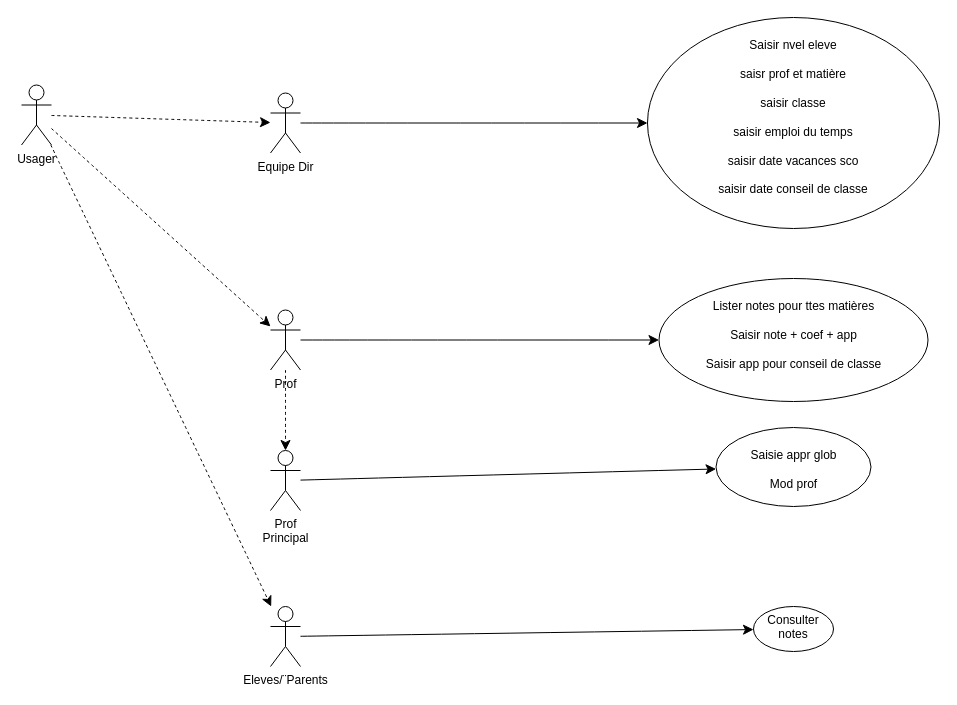
This is Les Sardines/casDUtilisation.drawio from NLetenneur/UML-Introduction, a draw.io file, before an edit. Source tidied: cells renumbered, new cells numbered last; positions are measured from the earlier drawing's top-left corner, leaving out a move shared by most shapes. Both pictures are drawn from the tidied source at 100%, with x=0, y=0 at pixel (21, 17).
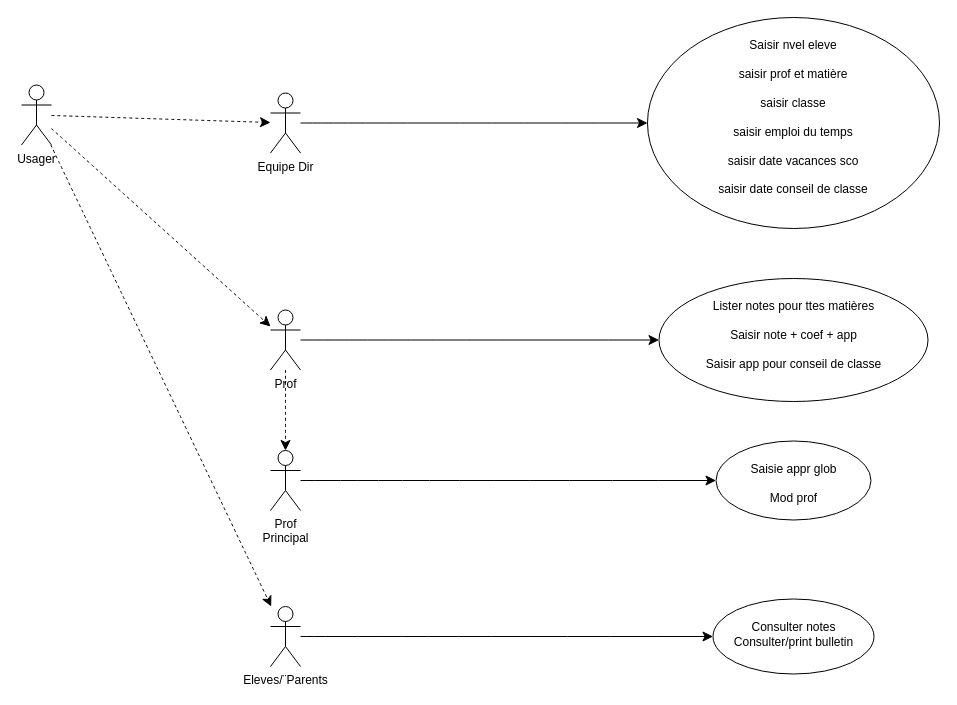
After the change.

Commit message (it also covers changes not shown here):
maj name

What changed in the source:
```diff
@@
 <mxGraphModel>
   <root>
     <mxCell id="0" />
     <mxCell id="1" parent="0" />
     <mxCell id="2" style="edgeStyle=none;curved=1;rounded=0;jettySize=auto;html=1;fontSize=12;startSize=8;endSize=8;dashed=1;" parent="1" edge="1" source="5" target="10">
       <mxGeometry relative="1" as="geometry" />
     </mxCell>
     <mxCell id="3" style="edgeStyle=none;curved=1;rounded=0;jettySize=auto;html=1;fontSize=12;startSize=8;endSize=8;dashed=1;" parent="1" edge="1" source="5" target="12">
       <mxGeometry relative="1" as="geometry" />
     </mxCell>
     <mxCell id="4" style="edgeStyle=none;curved=1;rounded=0;jettySize=auto;html=1;fontSize=12;startSize=8;endSize=8;dashed=1;" parent="1" edge="1" source="5" target="7">
       <mxGeometry relative="1" as="geometry" />
     </mxCell>
     <mxCell id="5" value="&lt;div&gt;Usager&lt;/div&gt;" style="shape=umlActor;verticalLabelPosition=bottom;verticalAlign=top;html=1;" parent="1" vertex="1">
       <mxGeometry y="67.5" width="30" height="60" as="geometry" />
     </mxCell>
     <mxCell id="6" style="edgeStyle=none;curved=1;rounded=0;jettySize=auto;html=1;fontSize=12;startSize=8;endSize=8;" parent="1" edge="1" source="7" target="18">
       <mxGeometry relative="1" as="geometry" />
     </mxCell>
     <mxCell id="7" value="Equipe Dir" style="shape=umlActor;verticalLabelPosition=bottom;verticalAlign=top;html=1;" parent="1" vertex="1">
       <mxGeometry x="249" y="75.5" width="30" height="60" as="geometry" />
     </mxCell>
     <mxCell id="8" style="edgeStyle=none;curved=1;rounded=0;jettySize=auto;html=1;fontSize=12;startSize=8;endSize=8;dashed=1;" parent="1" edge="1" source="10" target="14">
       <mxGeometry relative="1" as="geometry" />
     </mxCell>
     <mxCell id="9" style="edgeStyle=none;curved=1;rounded=0;jettySize=auto;html=1;fontSize=12;startSize=8;endSize=8;" parent="1" edge="1" source="10" target="17">
       <mxGeometry relative="1" as="geometry" />
     </mxCell>
     <mxCell id="10" value="&lt;div&gt;Prof&lt;/div&gt;" style="shape=umlActor;verticalLabelPosition=bottom;verticalAlign=top;html=1;" parent="1" vertex="1">
       <mxGeometry x="249" y="292.5" width="30" height="60" as="geometry" />
     </mxCell>
     <mxCell id="11" style="edgeStyle=none;curved=1;rounded=0;jettySize=auto;html=1;fontSize=12;startSize=8;endSize=8;" parent="1" edge="1" source="12" target="15">
       <mxGeometry relative="1" as="geometry" />
     </mxCell>
     <mxCell id="12" value="&lt;div&gt;Eleves/¨Parents&lt;/div&gt;" style="shape=umlActor;verticalLabelPosition=bottom;verticalAlign=top;html=1;" parent="1" vertex="1">
       <mxGeometry x="249" y="589" width="30" height="60" as="geometry" />
     </mxCell>
     <mxCell id="13" style="edgeStyle=none;curved=1;rounded=0;jettySize=auto;html=1;fontSize=12;startSize=8;endSize=8;" parent="1" edge="1" source="14" target="16">
       <mxGeometry relative="1" as="geometry" />
     </mxCell>
     <mxCell id="14" value="&lt;div&gt;Prof&lt;/div&gt;&lt;div&gt;Principal&lt;br&gt;&lt;/div&gt;" style="shape=umlActor;verticalLabelPosition=bottom;verticalAlign=top;html=1;" parent="1" vertex="1">
       <mxGeometry x="249" y="433" width="30" height="60" as="geometry" />
     </mxCell>
-    <mxCell id="15" value="&lt;div&gt;Consulter&lt;/div&gt;&lt;div&gt;notes&lt;br&gt;&lt;/div&gt;" style="ellipse;whiteSpace=wrap;html=1;verticalAlign=top;" parent="1" vertex="1">
-      <mxGeometry x="732" y="589" width="80" height="45" as="geometry" />
+    <mxCell id="15" value="&lt;div&gt;&lt;br&gt;&lt;/div&gt;&lt;div&gt;Consulter notes&lt;/div&gt;&lt;div&gt;Consulter/print bulletin&lt;/div&gt;" style="ellipse;whiteSpace=wrap;html=1;verticalAlign=top;" parent="1" vertex="1">
+      <mxGeometry x="691.5" y="581.5" width="161" height="75" as="geometry" />
     </mxCell>
     <mxCell id="16" value="&lt;div&gt;&lt;br&gt;&lt;/div&gt;&lt;div&gt;Saisie appr glob&lt;/div&gt;&lt;div&gt;&lt;br&gt;&lt;/div&gt;&lt;div&gt;Mod prof&lt;br&gt;&lt;/div&gt;" style="ellipse;whiteSpace=wrap;html=1;verticalAlign=top;" parent="1" vertex="1">
-      <mxGeometry x="694.5" y="410" width="155" height="79" as="geometry" />
+      <mxGeometry x="694.5" y="423.5" width="155" height="79" as="geometry" />
     </mxCell>
     <mxCell id="17" value="&lt;div&gt;&lt;br&gt;&lt;/div&gt;&lt;div&gt;Lister notes pour ttes matières&lt;/div&gt;&lt;div&gt;&lt;br&gt;&lt;/div&gt;&lt;div&gt;Saisir note + coef + app&lt;/div&gt;&lt;div&gt;&lt;br&gt;&lt;/div&gt;&lt;div&gt;Saisir app pour conseil de classe&lt;br&gt;&lt;/div&gt;" style="ellipse;whiteSpace=wrap;html=1;verticalAlign=top;" parent="1" vertex="1">
       <mxGeometry x="637.5" y="261" width="269" height="123" as="geometry" />
     </mxCell>
-    <mxCell id="18" value="&lt;div&gt;&lt;br&gt;&lt;/div&gt;&lt;div&gt;Saisir nvel eleve&lt;/div&gt;&lt;div&gt;&lt;br&gt;&lt;/div&gt;&lt;div&gt;saisr prof et matière&lt;/div&gt;&lt;div&gt;&lt;br&gt;&lt;/div&gt;&lt;div&gt;saisir classe&lt;/div&gt;&lt;div&gt;&lt;br&gt;&lt;/div&gt;&lt;div&gt;saisir emploi du temps&lt;/div&gt;&lt;div&gt;&lt;br&gt;&lt;/div&gt;&lt;div&gt;saisir date vacances sco&lt;/div&gt;&lt;div&gt;&lt;br&gt;&lt;/div&gt;&lt;div&gt;saisir date conseil de classe&lt;br&gt;&lt;/div&gt;" style="ellipse;whiteSpace=wrap;html=1;verticalAlign=top;" parent="1" vertex="1">
+    <mxCell id="18" value="&lt;div&gt;&lt;br&gt;&lt;/div&gt;&lt;div&gt;Saisir nvel eleve&lt;/div&gt;&lt;div&gt;&lt;br&gt;&lt;/div&gt;&lt;div&gt;saisir prof et matière&lt;/div&gt;&lt;div&gt;&lt;br&gt;&lt;/div&gt;&lt;div&gt;saisir classe&lt;/div&gt;&lt;div&gt;&lt;br&gt;&lt;/div&gt;&lt;div&gt;saisir emploi du temps&lt;/div&gt;&lt;div&gt;&lt;br&gt;&lt;/div&gt;&lt;div&gt;saisir date vacances sco&lt;/div&gt;&lt;div&gt;&lt;br&gt;&lt;/div&gt;&lt;div&gt;saisir date conseil de classe&lt;br&gt;&lt;/div&gt;" style="ellipse;whiteSpace=wrap;html=1;verticalAlign=top;" parent="1" vertex="1">
       <mxGeometry x="626" width="292" height="211" as="geometry" />
     </mxCell>
   </root>
 </mxGraphModel>
```
